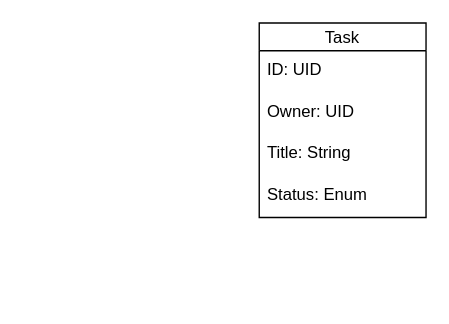
Earlier version of the draw.io diagram erm-diagram.drawio (natanaugusto/laravel-taskfly). Source tidied: cells renumbered, new cells numbered last; positions are measured from the earlier drawing's top-left corner, leaving out a move shared by most shapes. Both pictures are drawn from the tidied source at 139%, with x=0, y=0 at pixel (259, 22).
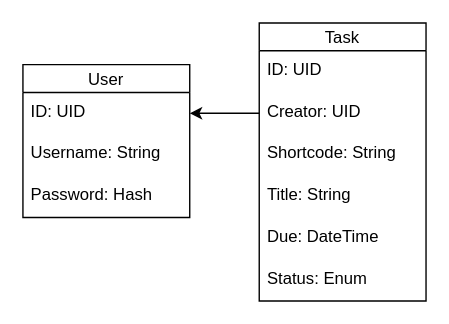
After the change.

The edit, as a diff of the source:
```diff
@@
 <mxGraphModel>
   <root>
     <mxCell id="0" />
     <mxCell id="1" parent="0" />
     <mxCell id="2" value="Task" style="swimlane;fontStyle=0;horizontal=1;startSize=20;fillColor=#ffffff;swimlaneFillColor=#ffffff;" parent="1" vertex="1">
-      <mxGeometry width="120" height="140" as="geometry" />
+      <mxGeometry width="120" height="200" as="geometry" />
     </mxCell>
     <mxCell id="3" value="ID: UID" style="text;strokeColor=none;fillColor=none;spacingLeft=4;spacingRight=4;overflow=hidden;fontSize=12;" parent="2" vertex="1">
       <mxGeometry y="20" width="120" height="30" as="geometry" />
     </mxCell>
-    <mxCell id="4" value="Owner: UID" style="text;strokeColor=none;fillColor=none;spacingLeft=4;spacingRight=4;overflow=hidden;points=[[0,0.5],[1,0.5]];portConstraint=eastwest;fontSize=12;" parent="2" vertex="1">
+    <mxCell id="4" value="Creator: UID" style="text;strokeColor=none;fillColor=none;spacingLeft=4;spacingRight=4;overflow=hidden;points=[[0,0.5],[1,0.5]];portConstraint=eastwest;fontSize=12;" parent="2" vertex="1">
       <mxGeometry y="50" width="120" height="30" as="geometry" />
     </mxCell>
+    <mxCell id="7" value="Shortcode: String" style="text;strokeColor=none;fillColor=none;spacingLeft=4;spacingRight=4;overflow=hidden;fontSize=12;" parent="2" vertex="1">
+      <mxGeometry y="80" width="120" height="30" as="geometry" />
+    </mxCell>
     <mxCell id="5" value="Title: String" style="text;strokeColor=none;fillColor=none;spacingLeft=4;spacingRight=4;overflow=hidden;fontSize=12;" parent="2" vertex="1">
-      <mxGeometry y="80" width="120" height="30" as="geometry" />
+      <mxGeometry y="110" width="120" height="30" as="geometry" />
     </mxCell>
+    <mxCell id="8" value="Due: DateTime" style="text;strokeColor=none;fillColor=none;spacingLeft=4;spacingRight=4;overflow=hidden;fontSize=12;" parent="2" vertex="1">
+      <mxGeometry y="140" width="120" height="30" as="geometry" />
+    </mxCell>
     <mxCell id="6" value="Status: Enum" style="text;strokeColor=none;fillColor=none;spacingLeft=4;spacingRight=4;overflow=hidden;fontSize=12;" parent="2" vertex="1">
-      <mxGeometry y="110" width="120" height="30" as="geometry" />
+      <mxGeometry y="170" width="120" height="30" as="geometry" />
     </mxCell>
+    <mxCell id="9" value="User" style="swimlane;fontStyle=0;horizontal=1;startSize=20;fillColor=#ffffff;swimlaneFillColor=#ffffff;" parent="1" vertex="1">
+      <mxGeometry x="-170" y="30" width="120" height="110" as="geometry" />
+    </mxCell>
+    <mxCell id="10" value="ID: UID" style="text;strokeColor=none;fillColor=none;spacingLeft=4;spacingRight=4;overflow=hidden;points=[[0,0.5],[1,0.5]];portConstraint=eastwest;fontSize=12;" parent="9" vertex="1">
+      <mxGeometry y="20" width="120" height="30" as="geometry" />
+    </mxCell>
+    <mxCell id="11" value="Username: String" style="text;strokeColor=none;fillColor=none;spacingLeft=4;spacingRight=4;overflow=hidden;fontSize=12;" parent="9" vertex="1">
+      <mxGeometry y="50" width="120" height="30" as="geometry" />
+    </mxCell>
+    <mxCell id="12" value="Password: Hash" style="text;strokeColor=none;fillColor=none;spacingLeft=4;spacingRight=4;overflow=hidden;fontSize=12;" parent="9" vertex="1">
+      <mxGeometry y="80" width="120" height="30" as="geometry" />
+    </mxCell>
+    <mxCell id="13" style="endArrow=classic;html=1;rounded=0;exitX=0;exitY=0.5;exitDx=0;exitDy=0;entryX=1;entryY=0.5;entryDx=0;entryDy=0;" parent="1" edge="1" source="4" target="10">
+      <mxGeometry relative="1" as="geometry" />
+    </mxCell>
   </root>
 </mxGraphModel>
```
